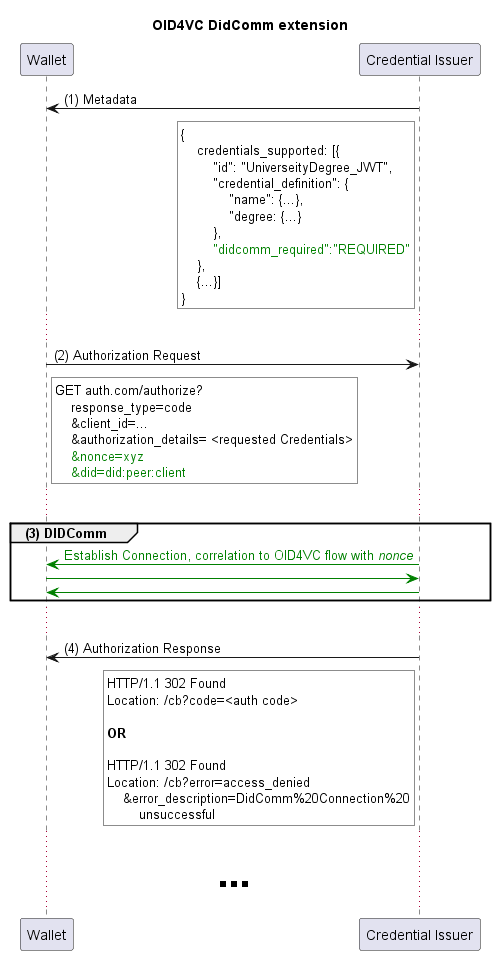
IDunion/OpenIDIDComm keeps this PlantUML diagram as Diagramme/oid4vc_didcomm_midconnection.png. Above is the earlier version.
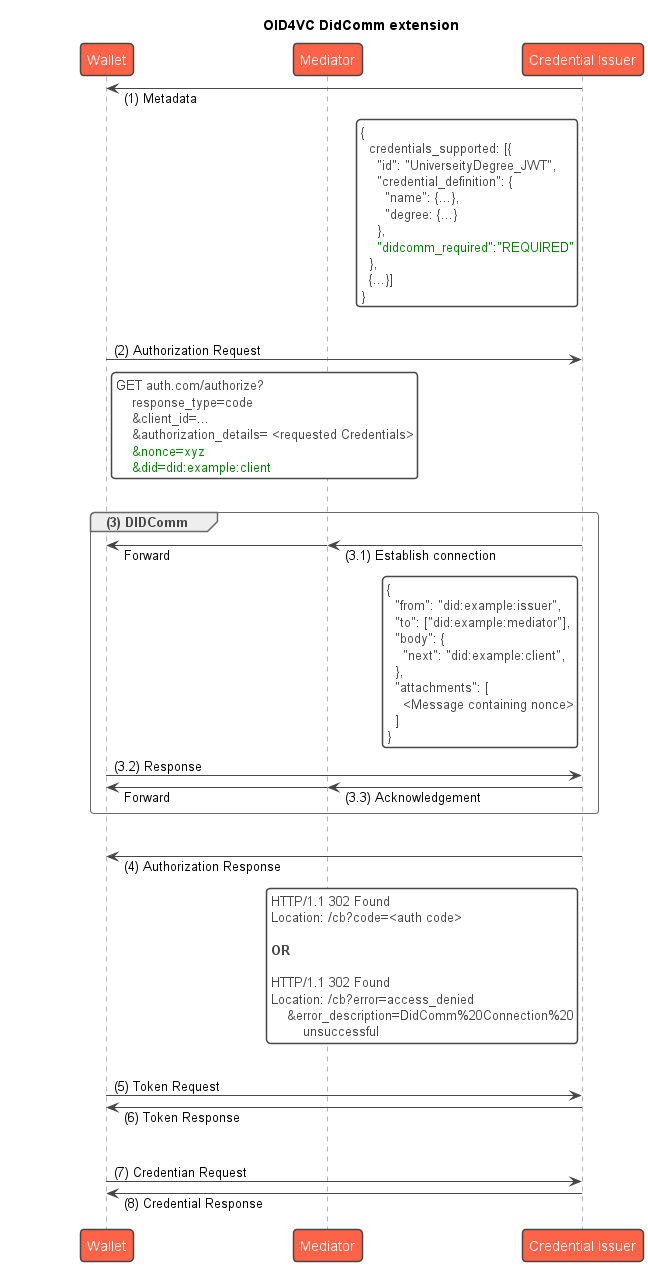
After the change.

Commit message:
OID4VC In-Stream Diagramm visuell angepasst

What changed in the source:
```diff
@@ -1,24 +1,33 @@
 @startuml
+!theme vibrant
+!pragma teoz true
+
 title "OID4VC DidComm extension"
-participant Wallet
-participant "Credential Issuer" as CI
+participant Wallet order 1
+participant Mediator order 2
+participant "Credential Issuer" as CI order 3
+
+skinparam ParticipantPadding 75
+skinparam responseMessageBelowArrow true
 
 autonumber "(0)"
+
 CI -> Wallet: Metadata
 rnote left of CI #FFFFFF
 {
-    credentials_supported: [{
-        "id": "UniverseityDegree_JWT",
-        "credential_definition": {
-            "name": {...},
-            "degree: {...}
-        },
-        <color green>"didcomm_required":"REQUIRED"</color>
+  credentials_supported: [{
+    "id": "UniverseityDegree_JWT",
+    "credential_definition": {
+      "name": {...},
+      "degree: {...}
     },
-    {...}]
+    <color green>"didcomm_required":"REQUIRED"</color>
+  },
+  {...}]
 }
 end rnote
-...
+
+|||
 Wallet -> CI: Authorization Request
 rnote right of Wallet #FFFFFF
 GET auth.com/authorize?
@@ -26,16 +35,34 @@
     &client_id=...
     &authorization_details= <requested Credentials>
     <color green>&nonce=xyz</color>
-    <color green>&did=did:peer:client</color>
+    <color green>&did=did:example:client</color>
 end rnote
 autonumber stop
-...
+
+|||
 group **(3) DIDComm**
-CI -[#green]> Wallet: <color green>Establish Connection, correlation to OID4VC flow with //nonce//</color>
-Wallet -[#green]> CI
-CI -[#green]> Wallet
+CI -> Mediator: (3.1) Establish connection
+& Mediator -> Wallet: Forward
+rnote left of CI #FFFFFF
+{
+  "from": "did:example:issuer",
+  "to": ["did:example:mediator"],
+  "body": {
+    "next": "did:example:client",
+  },
+  "attachments": [
+    <Message containing nonce>
+  ]
+}
+end rnote
+
+Wallet -> CI: (3.2) Response
+
+CI -> Mediator : (3.3) Acknowledgement
+& Mediator -> Wallet : Forward
 end
-...
+
+|||
 autonumber 4 "(0)"
 CI -> Wallet: Authorization Response
 rnote left of CI #FFFFFF
@@ -49,5 +76,12 @@
     &error_description=DidComm%20Connection%20
         unsuccessful
 end rnote
-... **<size:40>...</size>** ...
+
+|||
+Wallet -> CI: Token Request
+CI -> Wallet: Token Response
+
+|||
+Wallet -> CI: Credentian Request
+CI -> Wallet: Credential Response
 @enduml
```
